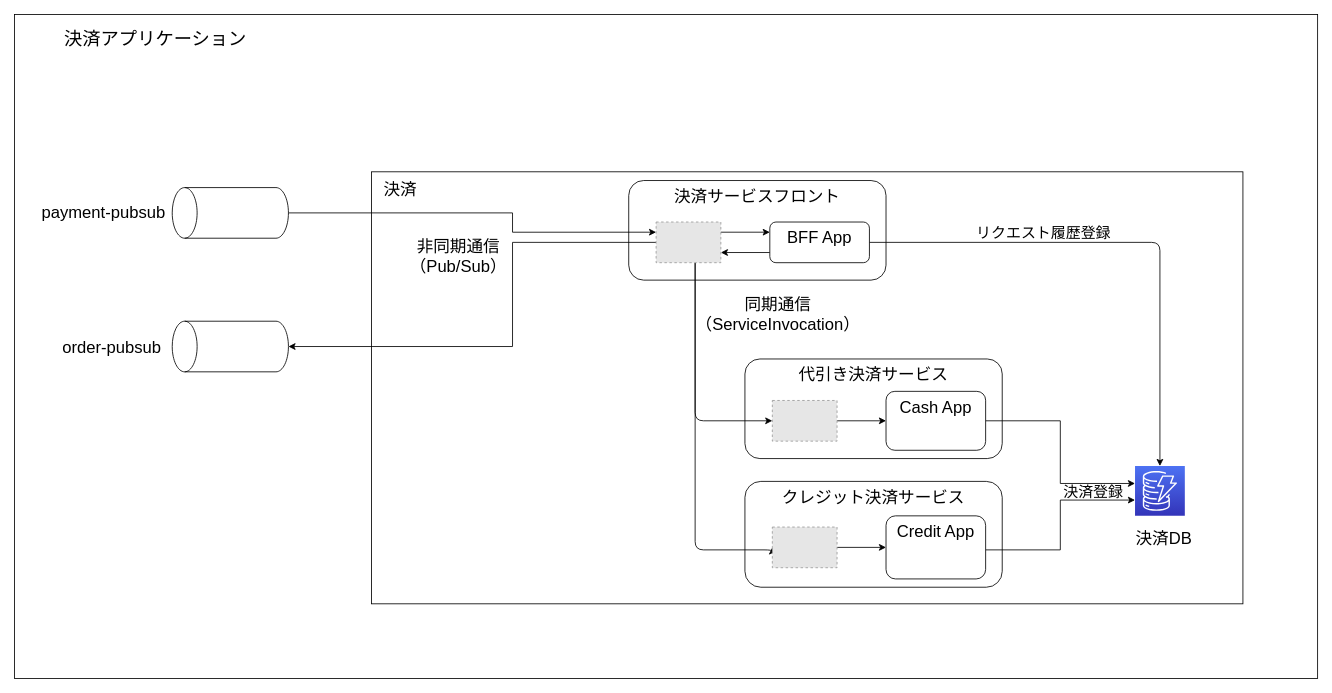
Before: assets/architecture.drawio in nautible/nautible-app-ms-payment, a draw.io diagram. Source tidied: cells renumbered, new cells numbered last; positions are measured from the earlier drawing's top-left corner, leaving out a move shared by most shapes. Both pictures are drawn from the tidied source at 83%, with x=0, y=0 at pixel (14, 14). Pictures stored in the file or linked from it are replaced by grey dashed boxes.
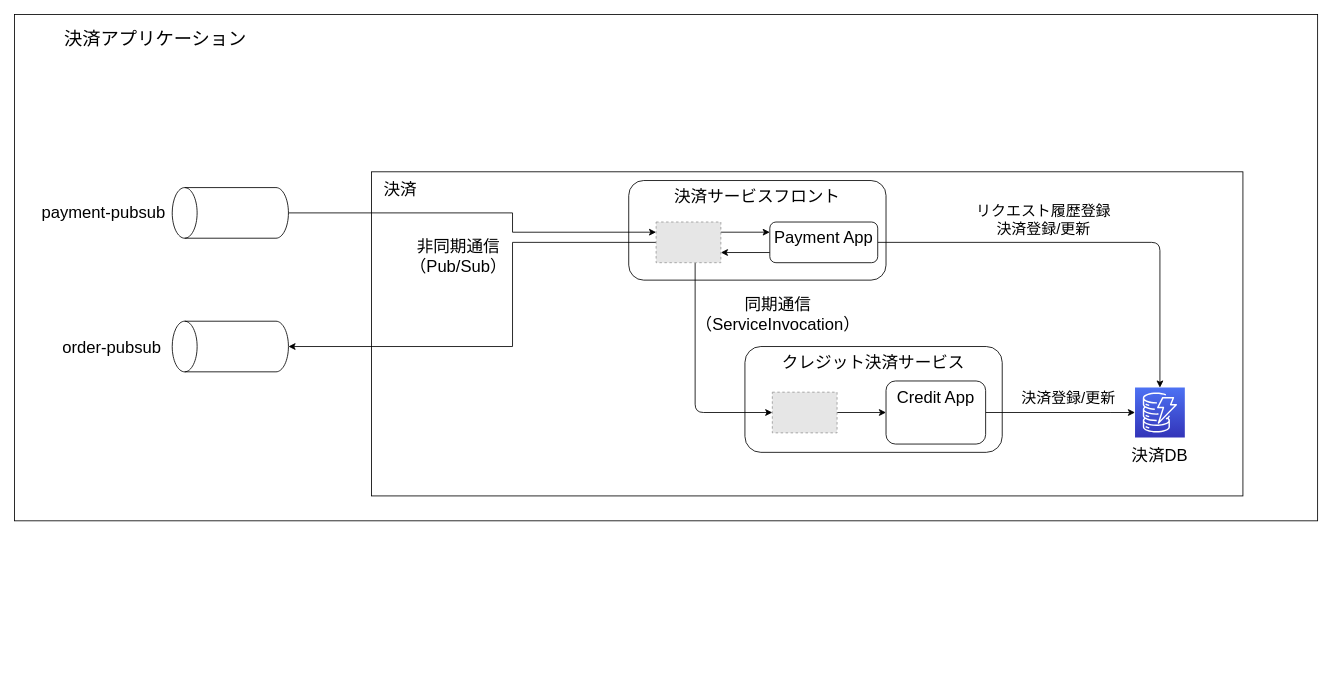
Above is the later version.

The change refers to these unchanged cells:
```xml
<mxCell id="15" style="fillColor=#E6E6E6;strokeColor=#999999;dashed=1;verticalLabelPosition=bottom;labelBackgroundColor=#ffffff;verticalAlign=top;" parent="1" vertex="1">
  <mxGeometry x="773" y="250" width="78" height="49" as="geometry" />
</mxCell>
```

Diff of the diagram source:
```diff
@@
     <mxCell id="2" style="rounded=0;whiteSpace=wrap;html=1;" parent="1" vertex="1">
-      <mxGeometry width="1570" height="800" as="geometry" />
+      <mxGeometry width="1570" height="610" as="geometry" />
     </mxCell>
     <mxCell id="3" style="rounded=0;whiteSpace=wrap;html=1;" parent="1" vertex="1">
-      <mxGeometry x="430" y="189.5" width="1050" height="520.5" as="geometry" />
+      <mxGeometry x="430" y="189.5" width="1050" height="390.5" as="geometry" />
     </mxCell>
@@
-    <mxCell id="6" value="&lt;span style=&quot;font-size: 20px&quot;&gt;代引き決済サービス&lt;/span&gt;" style="rounded=1;whiteSpace=wrap;html=1;align=center;verticalAlign=top;" parent="1" vertex="1">
-      <mxGeometry x="880" y="415" width="310" height="120" as="geometry" />
-    </mxCell>
@@
     <mxCell id="8" value="&lt;span style=&quot;font-size: 20px&quot;&gt;クレジット決済サービス&lt;/span&gt;" style="rounded=1;whiteSpace=wrap;html=1;align=center;verticalAlign=top;" parent="1" vertex="1">
-      <mxGeometry x="880" y="562.5" width="310" height="127.5" as="geometry" />
+      <mxGeometry x="880" y="400" width="310" height="127.5" as="geometry" />
     </mxCell>
@@
-    <mxCell id="12" style="edgeStyle=orthogonalEdgeStyle;html=1;entryX=0;entryY=0.5;entryDx=0;entryDy=0;" parent="1" edge="1" source="15" target="17">
-      <mxGeometry relative="1" as="geometry">
-        <Array as="points">
-          <mxPoint x="820" y="490" />
-        </Array>
-      </mxGeometry>
-    </mxCell>
     <mxCell id="13" style="edgeStyle=orthogonalEdgeStyle;html=1;entryX=0;entryY=0.5;entryDx=0;entryDy=0;" parent="1" edge="1" source="15" target="19">
       <mxGeometry relative="1" as="geometry">
         <Array as="points">
-          <mxPoint x="820" y="645" />
+          <mxPoint x="820" y="480" />
         </Array>
       </mxGeometry>
     </mxCell>
@@
-    <mxCell id="16" style="edgeStyle=orthogonalEdgeStyle;rounded=0;jettySize=auto;html=1;entryX=0;entryY=0.5;entryDx=0;entryDy=0;" parent="1" edge="1" source="17" target="26">
-      <mxGeometry relative="1" as="geometry" />
-    </mxCell>
-    <mxCell id="17" style="fillColor=#E6E6E6;strokeColor=#999999;dashed=1;verticalLabelPosition=bottom;labelBackgroundColor=#ffffff;verticalAlign=top;" parent="1" vertex="1">
-      <mxGeometry x="913" y="465" width="78" height="49" as="geometry" />
-    </mxCell>
@@
     <mxCell id="19" style="fillColor=#E6E6E6;strokeColor=#999999;dashed=1;verticalLabelPosition=bottom;labelBackgroundColor=#ffffff;verticalAlign=top;" parent="1" vertex="1">
-      <mxGeometry x="913" y="617.5" width="78" height="49" as="geometry" />
+      <mxGeometry x="913" y="455" width="78" height="49" as="geometry" />
     </mxCell>
@@
-    <mxCell id="22" style="edgeStyle=orthogonalEdgeStyle;rounded=0;jettySize=auto;html=1;" parent="1" edge="1" source="23">
+    <mxCell id="22" style="edgeStyle=orthogonalEdgeStyle;rounded=0;jettySize=auto;html=1;" parent="1" edge="1" source="23" target="24">
       <mxGeometry relative="1" as="geometry">
-        <mxPoint x="1350" y="585" as="targetPoint" />
         <Array as="points">
-          <mxPoint x="1260" y="645" />
-          <mxPoint x="1260" y="585" />
+          <mxPoint x="1320" y="480" />
+          <mxPoint x="1320" y="480" />
         </Array>
       </mxGeometry>
     </mxCell>
     <mxCell id="23" value="&lt;span style=&quot;font-size: 20px&quot;&gt;Credit App&lt;br&gt;&lt;/span&gt;" style="rounded=1;whiteSpace=wrap;html=1;align=center;verticalAlign=top;" parent="1" vertex="1">
-      <mxGeometry x="1050" y="604" width="120" height="76" as="geometry" />
+      <mxGeometry x="1050" y="441.5" width="120" height="76" as="geometry" />
     </mxCell>
     <mxCell id="24" style="outlineConnect=0;fontColor=#232F3E;gradientColor=#4D72F3;gradientDirection=north;fillColor=#3334B9;strokeColor=#ffffff;dashed=0;verticalLabelPosition=bottom;verticalAlign=top;align=center;html=1;fontSize=12;fontStyle=0;shape=mxgraph.aws4.resourceIcon;resIcon=mxgraph.aws4.dynamodb;" parent="1" vertex="1">
-      <mxGeometry x="1350" y="544" width="60" height="60" as="geometry" />
+      <mxGeometry x="1350" y="449.5" width="60" height="60" as="geometry" />
     </mxCell>
-    <mxCell id="25" style="edgeStyle=orthogonalEdgeStyle;rounded=0;jettySize=auto;html=1;entryX=0;entryY=0.35;entryDx=0;entryDy=0;entryPerimeter=0;" parent="1" edge="1" source="26" target="24">
-      <mxGeometry relative="1" as="geometry" />
-    </mxCell>
-    <mxCell id="26" value="&lt;span style=&quot;font-size: 20px&quot;&gt;Cash App&lt;br&gt;&lt;/span&gt;" style="rounded=1;whiteSpace=wrap;html=1;align=center;verticalAlign=top;" parent="1" vertex="1">
-      <mxGeometry x="1050" y="454" width="120" height="71" as="geometry" />
-    </mxCell>
     <mxCell id="27" value="&lt;span style=&quot;font-size: 20px&quot;&gt;決済DB&lt;/span&gt;" style="text;html=1;strokeColor=none;fillColor=none;align=center;verticalAlign=middle;whiteSpace=wrap;rounded=0;dashed=1;" parent="1" vertex="1">
-      <mxGeometry x="1340" y="610" width="90" height="40" as="geometry" />
+      <mxGeometry x="1335" y="509.5" width="90" height="40" as="geometry" />
     </mxCell>
@@
-    <mxCell id="33" value="&lt;span style=&quot;font-size: 20px&quot;&gt;BFF App&lt;br&gt;&lt;/span&gt;" style="rounded=1;whiteSpace=wrap;html=1;align=center;verticalAlign=top;" parent="1" vertex="1">
-      <mxGeometry x="910" y="250" width="120" height="49" as="geometry" />
+    <mxCell id="33" value="&lt;span style=&quot;font-size: 20px&quot;&gt;Payment App&lt;br&gt;&lt;/span&gt;" style="rounded=1;whiteSpace=wrap;html=1;align=center;verticalAlign=top;" parent="1" vertex="1">
+      <mxGeometry x="910" y="250" width="130" height="49" as="geometry" />
     </mxCell>
-    <mxCell id="34" value="&lt;font style=&quot;font-size: 18px&quot;&gt;リクエスト履歴登録&lt;/font&gt;" style="text;html=1;strokeColor=none;fillColor=none;align=center;verticalAlign=middle;whiteSpace=wrap;rounded=0;dashed=1;" parent="1" vertex="1">
-      <mxGeometry x="1110" y="250" width="260" height="27.5" as="geometry" />
+    <mxCell id="34" value="&lt;font style=&quot;font-size: 18px&quot;&gt;リクエスト履歴登録&lt;br&gt;決済登録/更新&lt;br&gt;&lt;/font&gt;" style="text;html=1;strokeColor=none;fillColor=none;align=center;verticalAlign=middle;whiteSpace=wrap;rounded=0;dashed=1;" parent="1" vertex="1">
+      <mxGeometry x="1110" y="227.2" width="260" height="42.2" as="geometry" />
     </mxCell>
-    <mxCell id="35" value="&lt;font style=&quot;font-size: 18px&quot;&gt;決済登録&lt;/font&gt;" style="text;html=1;strokeColor=none;fillColor=none;align=center;verticalAlign=middle;whiteSpace=wrap;rounded=0;dashed=1;" parent="1" vertex="1">
-      <mxGeometry x="1250" y="562.5" width="100" height="27.5" as="geometry" />
+    <mxCell id="35" value="&lt;font style=&quot;font-size: 18px&quot;&gt;決済登録/更新&lt;/font&gt;" style="text;html=1;strokeColor=none;fillColor=none;align=center;verticalAlign=middle;whiteSpace=wrap;rounded=0;dashed=1;" parent="1" vertex="1">
+      <mxGeometry x="1210" y="449.5" width="120" height="27.5" as="geometry" />
     </mxCell>
```
